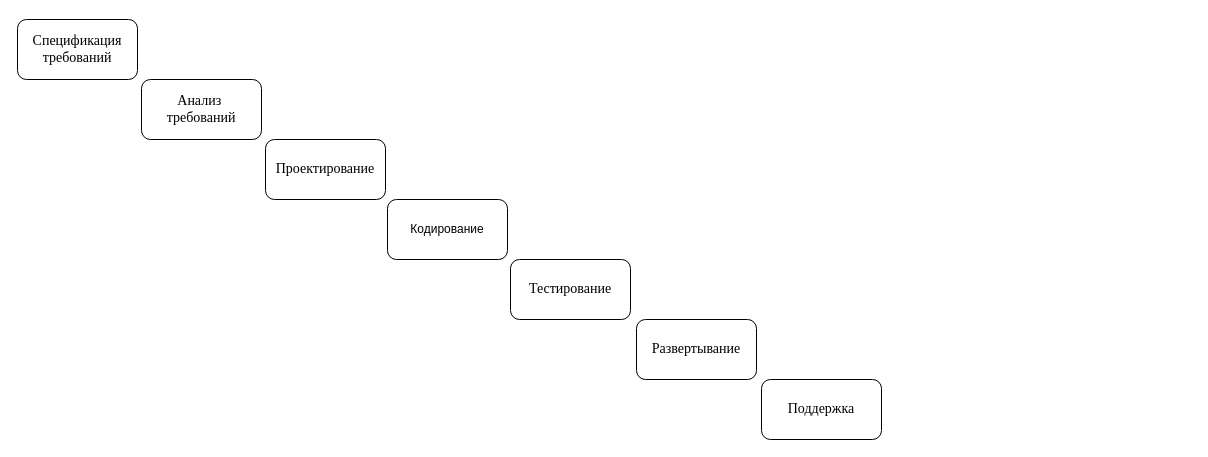
SahorSs/Gitlab keeps this draw.io diagram as Диаграмма без названия.drawio. Above is the earlier version. Source tidied: cells renumbered, new cells numbered last; positions are measured from the earlier drawing's top-left corner, leaving out a move shared by most shapes. Both pictures are drawn from the tidied source at 100%, with x=0, y=0 at pixel (17, 19).
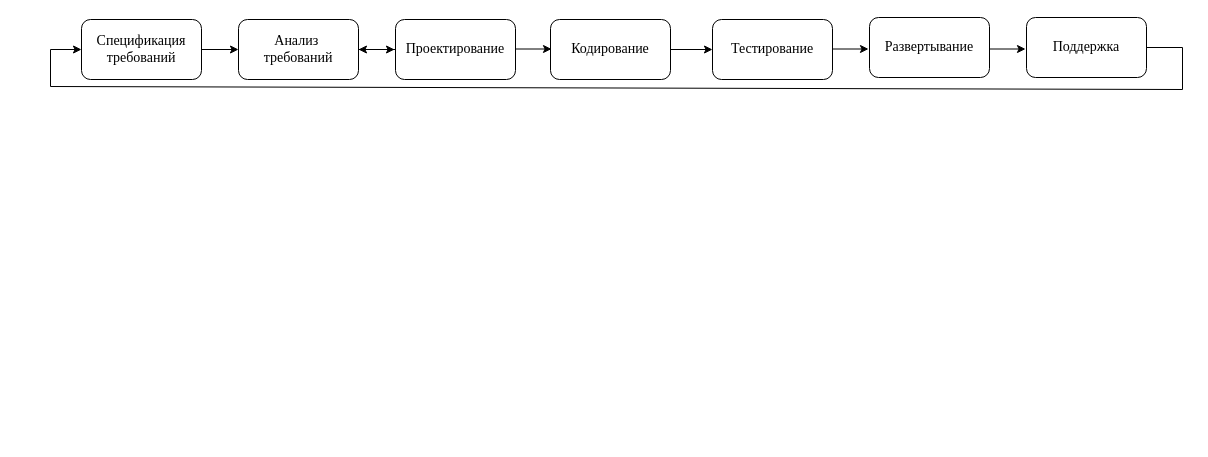
After the change.

Diff of the diagram source:
```diff
@@
     <mxCell id="2" value="&lt;font style=&quot;font-size: 14px;&quot; face=&quot;Times New Roman&quot;&gt;Спецификация требований&lt;/font&gt;" style="rounded=1;whiteSpace=wrap;html=1;" parent="1" vertex="1">
-      <mxGeometry width="120" height="60" as="geometry" />
+      <mxGeometry x="64" width="120" height="60" as="geometry" />
     </mxCell>
     <mxCell id="3" value="&lt;span style=&quot;font-family: &amp;quot;Times New Roman&amp;quot;; font-size: 14px;&quot;&gt;Анализ&amp;nbsp;&lt;/span&gt;&lt;div&gt;&lt;span style=&quot;font-family: &amp;quot;Times New Roman&amp;quot;; font-size: 14px;&quot;&gt;требований&lt;/span&gt;&lt;/div&gt;" style="rounded=1;whiteSpace=wrap;html=1;" parent="1" vertex="1">
-      <mxGeometry x="124" y="60" width="120" height="60" as="geometry" />
+      <mxGeometry x="221" width="120" height="60" as="geometry" />
     </mxCell>
+    <mxCell id="9" style="edgeStyle=orthogonalEdgeStyle;rounded=0;jettySize=auto;html=1;" parent="1" edge="1" source="4" target="3">
+      <mxGeometry relative="1" as="geometry" />
+    </mxCell>
     <mxCell id="4" value="&lt;font face=&quot;Times New Roman&quot;&gt;&lt;span style=&quot;font-size: 14px;&quot;&gt;Проектирование&lt;/span&gt;&lt;/font&gt;" style="rounded=1;whiteSpace=wrap;html=1;" parent="1" vertex="1">
-      <mxGeometry x="248" y="120" width="120" height="60" as="geometry" />
+      <mxGeometry x="378" width="120" height="60" as="geometry" />
     </mxCell>
-    <mxCell id="5" value="Кодирование" style="rounded=1;whiteSpace=wrap;html=1;" parent="1" vertex="1">
-      <mxGeometry x="370" y="180" width="120" height="60" as="geometry" />
+    <mxCell id="5" value="&lt;font style=&quot;font-size: 14px;&quot; face=&quot;Times New Roman&quot;&gt;Кодирование&lt;/font&gt;" style="rounded=1;whiteSpace=wrap;html=1;" parent="1" vertex="1">
+      <mxGeometry x="533" width="120" height="60" as="geometry" />
     </mxCell>
     <mxCell id="6" value="&lt;span style=&quot;font-family: &amp;quot;Times New Roman&amp;quot;; font-size: 14px;&quot;&gt;Тестирование&lt;/span&gt;" style="rounded=1;whiteSpace=wrap;html=1;" parent="1" vertex="1">
-      <mxGeometry x="493" y="240" width="120" height="60" as="geometry" />
+      <mxGeometry x="695" width="120" height="60" as="geometry" />
     </mxCell>
     <mxCell id="7" value="&lt;span style=&quot;font-family: &amp;quot;Times New Roman&amp;quot;; font-size: 14px;&quot;&gt;Развертывание&lt;/span&gt;" style="rounded=1;whiteSpace=wrap;html=1;" parent="1" vertex="1">
-      <mxGeometry x="619" y="300" width="120" height="60" as="geometry" />
+      <mxGeometry x="852" y="-2" width="120" height="60" as="geometry" />
     </mxCell>
     <mxCell id="8" value="&lt;span style=&quot;font-family: &amp;quot;Times New Roman&amp;quot;; font-size: 14px;&quot;&gt;Поддержка&lt;/span&gt;" style="rounded=1;whiteSpace=wrap;html=1;" parent="1" vertex="1">
-      <mxGeometry x="744" y="360" width="120" height="60" as="geometry" />
+      <mxGeometry x="1009" y="-2" width="120" height="60" as="geometry" />
     </mxCell>
+    <mxCell id="10" style="endArrow=classic;html=1;rounded=0;exitX=1;exitY=0.5;exitDx=0;exitDy=0;entryX=0;entryY=0.5;entryDx=0;entryDy=0;" parent="1" edge="1" source="2" target="3">
+      <mxGeometry relative="1" as="geometry" />
+    </mxCell>
+    <mxCell id="11" style="endArrow=classic;html=1;rounded=0;exitX=1;exitY=0.5;exitDx=0;exitDy=0;" parent="1" edge="1" source="3">
+      <mxGeometry relative="1" as="geometry">
+        <mxPoint x="377" y="30" as="targetPoint" />
+      </mxGeometry>
+    </mxCell>
+    <mxCell id="12" style="endArrow=classic;html=1;rounded=0;exitX=1;exitY=0.5;exitDx=0;exitDy=0;" parent="1" edge="1">
+      <mxGeometry relative="1" as="geometry">
+        <mxPoint x="498" y="29.5" as="sourcePoint" />
+        <mxPoint x="534" y="29.5" as="targetPoint" />
+      </mxGeometry>
+    </mxCell>
+    <mxCell id="13" style="endArrow=classic;html=1;rounded=0;exitX=1;exitY=0.5;exitDx=0;exitDy=0;entryX=0;entryY=0.5;entryDx=0;entryDy=0;" parent="1" edge="1" source="5" target="6">
+      <mxGeometry relative="1" as="geometry" />
+    </mxCell>
+    <mxCell id="14" style="endArrow=classic;html=1;rounded=0;exitX=1;exitY=0.5;exitDx=0;exitDy=0;" parent="1" edge="1">
+      <mxGeometry relative="1" as="geometry">
+        <mxPoint x="815" y="29.5" as="sourcePoint" />
+        <mxPoint x="851" y="29.5" as="targetPoint" />
+      </mxGeometry>
+    </mxCell>
+    <mxCell id="15" style="endArrow=classic;html=1;rounded=0;exitX=1;exitY=0.5;exitDx=0;exitDy=0;" parent="1" edge="1">
+      <mxGeometry relative="1" as="geometry">
+        <mxPoint x="972" y="29.5" as="sourcePoint" />
+        <mxPoint x="1008" y="29.5" as="targetPoint" />
+      </mxGeometry>
+    </mxCell>
+    <mxCell id="16" style="endArrow=classic;html=1;rounded=0;exitX=1;exitY=0.5;exitDx=0;exitDy=0;entryX=0;entryY=0.5;entryDx=0;entryDy=0;" parent="1" edge="1" source="8" target="2">
+      <mxGeometry relative="1" as="geometry">
+        <Array as="points">
+          <mxPoint x="1165" y="28" />
+          <mxPoint x="1165" y="70" />
+          <mxPoint x="33" y="67" />
+          <mxPoint x="33" y="30" />
+        </Array>
+      </mxGeometry>
+    </mxCell>
```
